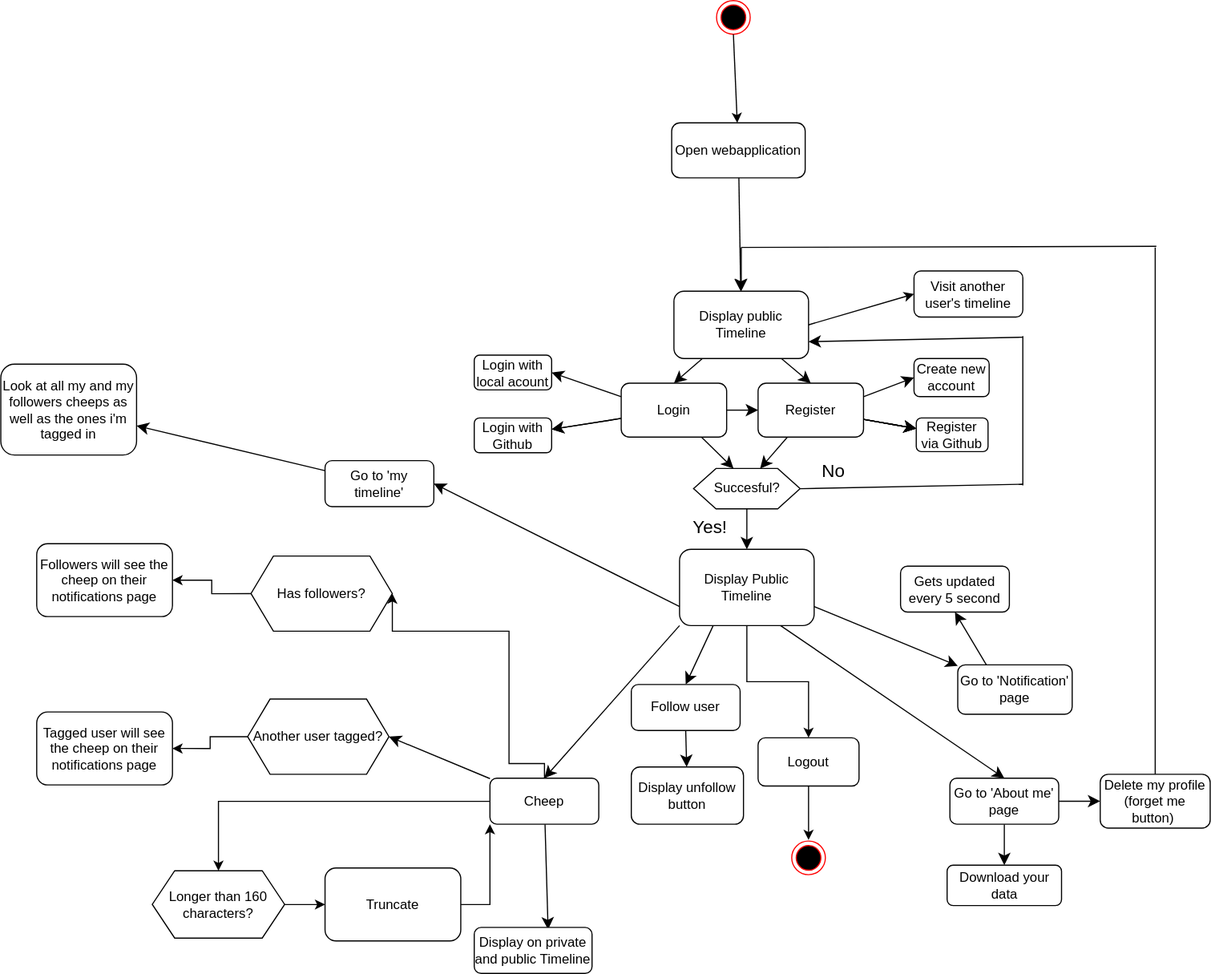
Above: docs/images/UserActivities_uml.drawio.svg in ITU-BDSA2024-GROUP26/Chirp (draw.io), before the change. Source tidied: cells renumbered, new cells last; positions are measured from the earlier drawing's top-left corner, leaving out a move shared by most shapes.
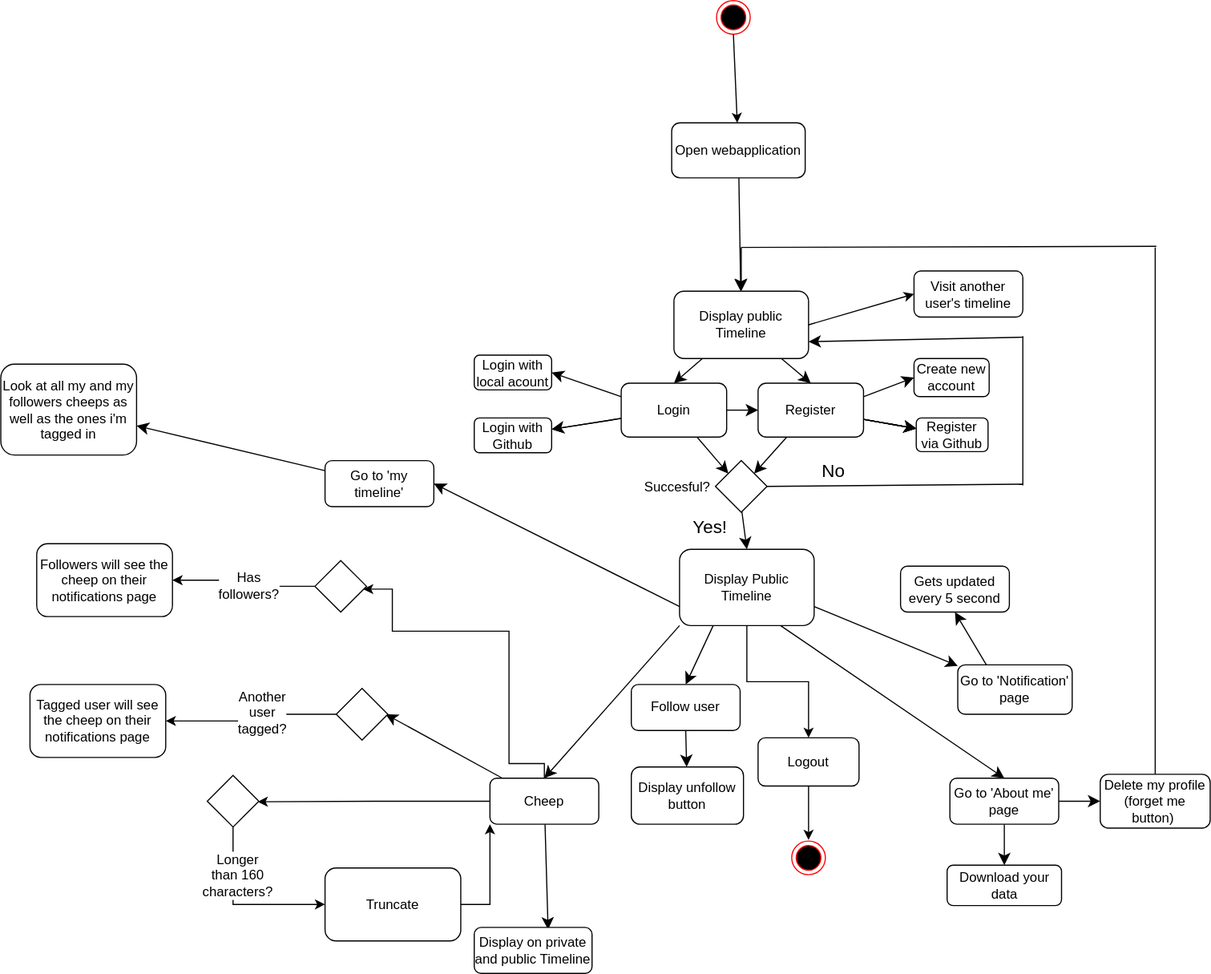
After the change.

Diff of the diagram source:
```diff
@@ -20,7 +20,7 @@
     <mxCell id="7" style="edgeStyle=none;curved=1;rounded=0;jettySize=auto;html=1;exitX=0;exitY=0.25;exitDx=0;exitDy=0;entryX=1;entryY=0.5;entryDx=0;entryDy=0;fontSize=12;startSize=8;endSize=8;labelBackgroundColor=none;fontColor=default;" parent="1" edge="1" source="10" target="34">
       <mxGeometry relative="1" as="geometry" />
     </mxCell>
-    <mxCell id="8" style="edgeStyle=none;curved=1;rounded=0;jettySize=auto;html=1;fontSize=12;startSize=8;endSize=8;entryX=0.375;entryY=0;entryDx=0;entryDy=0;labelBackgroundColor=none;fontColor=default;" parent="1" edge="1" source="10" target="12">
+    <mxCell id="8" style="edgeStyle=none;curved=1;rounded=0;jettySize=auto;html=1;fontSize=12;startSize=8;endSize=8;entryX=0;entryY=0;entryDx=0;entryDy=0;labelBackgroundColor=none;fontColor=default;" parent="1" edge="1" source="10" target="79">
       <mxGeometry relative="1" as="geometry" />
     </mxCell>
     <mxCell id="9" style="edgeStyle=none;curved=1;rounded=0;jettySize=auto;html=1;fontSize=12;startSize=8;endSize=8;entryX=0;entryY=0.5;entryDx=0;entryDy=0;labelBackgroundColor=none;fontColor=default;" parent="1" edge="1" source="10" target="33">
@@ -29,12 +29,11 @@
     <mxCell id="10" value="Login" style="rounded=1;whiteSpace=wrap;html=1;labelBackgroundColor=none;" parent="1" vertex="1">
       <mxGeometry x="553" y="341" width="94" height="48" as="geometry" />
     </mxCell>
-    <mxCell id="11" style="edgeStyle=none;curved=1;rounded=0;jettySize=auto;html=1;exitX=0.5;exitY=1;exitDx=0;exitDy=0;fontSize=12;startSize=8;endSize=8;entryX=0.5;entryY=0;entryDx=0;entryDy=0;labelBackgroundColor=none;fontColor=default;" parent="1" edge="1" source="12" target="15">
-      <mxGeometry relative="1" as="geometry" />
+    <mxCell id="11" style="edgeStyle=none;curved=1;rounded=0;jettySize=auto;html=1;exitX=0.5;exitY=1;exitDx=0;exitDy=0;fontSize=12;startSize=8;endSize=8;entryX=0.5;entryY=0;entryDx=0;entryDy=0;labelBackgroundColor=none;fontColor=default;" parent="1" edge="1" target="15">
+      <mxGeometry relative="1" as="geometry">
+        <mxPoint x="660" y="451" as="sourcePoint" />
+      </mxGeometry>
     </mxCell>
-    <mxCell id="12" value="Succesful?" style="shape=hexagon;perimeter=hexagonPerimeter2;whiteSpace=wrap;html=1;fixedSize=1;labelBackgroundColor=none;" parent="1" vertex="1">
-      <mxGeometry x="617.5" y="417" width="95" height="36" as="geometry" />
-    </mxCell>
     <mxCell id="13" style="edgeStyle=none;curved=1;rounded=0;jettySize=auto;html=1;fontSize=12;startSize=8;endSize=8;exitX=1;exitY=0.75;exitDx=0;exitDy=0;labelBackgroundColor=none;fontColor=default;" parent="1" edge="1" source="15" target="48">
       <mxGeometry relative="1" as="geometry" />
     </mxCell>
@@ -56,25 +55,31 @@
     <mxCell id="19" style="edgeStyle=none;curved=1;rounded=0;jettySize=auto;html=1;exitX=0;exitY=0.75;exitDx=0;exitDy=0;entryX=1;entryY=0.5;entryDx=0;entryDy=0;fontSize=12;startSize=8;endSize=8;labelBackgroundColor=none;fontColor=default;" parent="1" edge="1" source="15" target="58">
       <mxGeometry relative="1" as="geometry" />
     </mxCell>
-    <mxCell id="20" style="edgeStyle=none;curved=1;rounded=0;jettySize=auto;html=1;fontSize=12;startSize=8;endSize=8;entryX=1;entryY=0.5;entryDx=0;entryDy=0;labelBackgroundColor=none;fontColor=default;" parent="1" edge="1" source="24" target="69">
-      <mxGeometry relative="1" as="geometry" />
+    <mxCell id="20" style="edgeStyle=none;curved=1;rounded=0;jettySize=auto;html=1;fontSize=12;startSize=8;endSize=8;entryX=1;entryY=0.5;entryDx=0;entryDy=0;labelBackgroundColor=none;fontColor=default;" parent="1" edge="1" source="24">
+      <mxGeometry relative="1" as="geometry">
+        <mxPoint x="343" y="636" as="targetPoint" />
+      </mxGeometry>
     </mxCell>
     <mxCell id="21" style="edgeStyle=none;curved=1;rounded=0;jettySize=auto;html=1;fontSize=12;startSize=8;endSize=8;entryX=0.627;entryY=0.045;entryDx=0;entryDy=0;entryPerimeter=0;labelBackgroundColor=none;fontColor=default;" parent="1" edge="1" source="24" target="38">
       <mxGeometry relative="1" as="geometry" />
     </mxCell>
-    <mxCell id="22" style="edgeStyle=orthogonalEdgeStyle;rounded=0;jettySize=auto;html=1;entryX=0.5;entryY=0;entryDx=0;entryDy=0;labelBackgroundColor=none;fontColor=default;" parent="1" edge="1" source="24" target="66">
-      <mxGeometry relative="1" as="geometry" />
-    </mxCell>
-    <mxCell id="23" style="edgeStyle=orthogonalEdgeStyle;rounded=0;jettySize=auto;html=1;entryX=1;entryY=0.5;entryDx=0;entryDy=0;labelBackgroundColor=none;fontColor=default;" parent="1" edge="1" source="24" target="71">
+    <mxCell id="23" style="edgeStyle=orthogonalEdgeStyle;rounded=0;jettySize=auto;html=1;entryX=1;entryY=0.5;entryDx=0;entryDy=0;labelBackgroundColor=none;fontColor=default;" parent="1" edge="1" source="24">
       <mxGeometry relative="1" as="geometry">
+        <mxPoint x="323" y="524.5" as="targetPoint" />
         <Array as="points">
           <mxPoint x="485" y="680" />
           <mxPoint x="453" y="680" />
           <mxPoint x="453" y="562" />
           <mxPoint x="349" y="562" />
+          <mxPoint x="349" y="525" />
         </Array>
       </mxGeometry>
     </mxCell>
+    <mxCell id="78" style="edgeStyle=orthogonalEdgeStyle;rounded=0;jettySize=auto;html=1;exitX=0;exitY=0.5;exitDx=0;exitDy=0;entryX=1;entryY=0.5;entryDx=0;entryDy=0;" parent="1" edge="1" source="24">
+      <mxGeometry relative="1" as="geometry">
+        <mxPoint x="229" y="714" as="targetPoint" />
+      </mxGeometry>
+    </mxCell>
     <mxCell id="24" value="Cheep" style="rounded=1;whiteSpace=wrap;html=1;labelBackgroundColor=none;" parent="1" vertex="1">
       <mxGeometry x="436" y="693" width="97" height="41" as="geometry" />
     </mxCell>
@@ -99,7 +104,7 @@
     <mxCell id="31" style="edgeStyle=none;curved=1;rounded=0;jettySize=auto;html=1;exitX=1;exitY=0.25;exitDx=0;exitDy=0;entryX=0;entryY=0.5;entryDx=0;entryDy=0;fontSize=12;startSize=8;endSize=8;labelBackgroundColor=none;fontColor=default;" parent="1" edge="1" source="33" target="36">
       <mxGeometry relative="1" as="geometry" />
     </mxCell>
-    <mxCell id="32" style="edgeStyle=none;curved=1;rounded=0;jettySize=auto;html=1;fontSize=12;startSize=8;endSize=8;entryX=0.625;entryY=0;entryDx=0;entryDy=0;labelBackgroundColor=none;fontColor=default;" parent="1" edge="1" source="33" target="12">
+    <mxCell id="32" style="edgeStyle=none;curved=1;rounded=0;jettySize=auto;html=1;fontSize=12;startSize=8;endSize=8;entryX=1;entryY=0;entryDx=0;entryDy=0;labelBackgroundColor=none;fontColor=default;" parent="1" edge="1" source="33" target="79">
       <mxGeometry relative="1" as="geometry" />
     </mxCell>
     <mxCell id="33" value="Register" style="rounded=1;whiteSpace=wrap;html=1;labelBackgroundColor=none;" parent="1" vertex="1">
@@ -138,9 +143,12 @@
     <mxCell id="44" value="Delete my profile (forget me button)&amp;nbsp;" style="rounded=1;whiteSpace=wrap;html=1;labelBackgroundColor=none;" parent="1" vertex="1">
       <mxGeometry x="980" y="689.5" width="98" height="48" as="geometry" />
     </mxCell>
-    <mxCell id="45" style="edgeStyle=orthogonalEdgeStyle;rounded=0;jettySize=auto;html=1;entryX=1;entryY=0.5;entryDx=0;entryDy=0;exitX=0;exitY=0.5;exitDx=0;exitDy=0;labelBackgroundColor=none;fontColor=default;" parent="1" edge="1" source="69" target="64">
+    <mxCell id="45" style="edgeStyle=orthogonalEdgeStyle;rounded=0;jettySize=auto;html=1;entryX=1;entryY=0.5;entryDx=0;entryDy=0;exitX=0;exitY=0.5;exitDx=0;exitDy=0;labelBackgroundColor=none;fontColor=default;" parent="1" edge="1" source="81" target="64">
       <mxGeometry relative="1" as="geometry" />
     </mxCell>
+    <mxCell id="69" value="&lt;span style=&quot;font-size: 12px; text-wrap-mode: wrap;&quot;&gt;Another user tagged?&lt;/span&gt;" style="edgeLabel;html=1;align=center;verticalAlign=middle;points=[];" parent="45" vertex="1">
+      <mxGeometry x="-0.14" y="-2" relative="1" as="geometry" />
+    </mxCell>
     <mxCell id="46" value="Display unfollow button" style="rounded=1;whiteSpace=wrap;html=1;labelBackgroundColor=none;" parent="1" vertex="1">
       <mxGeometry x="562" y="683" width="100" height="51" as="geometry" />
     </mxCell>
@@ -153,7 +161,7 @@
     <mxCell id="49" value="Yes!" style="text;html=1;align=center;verticalAlign=middle;strokeColor=none;fillColor=none;fontSize=16;labelBackgroundColor=none;" parent="1" vertex="1">
       <mxGeometry x="607" y="453" width="49" height="31" as="geometry" />
     </mxCell>
-    <mxCell id="50" style="endArrow=none;html=1;rounded=0;fontSize=12;startSize=8;endSize=8;curved=1;exitX=1;exitY=0.5;exitDx=0;exitDy=0;labelBackgroundColor=none;fontColor=default;" parent="1" edge="1" source="12">
+    <mxCell id="50" style="endArrow=none;html=1;rounded=0;fontSize=12;startSize=8;endSize=8;curved=1;exitX=1;exitY=0.5;exitDx=0;exitDy=0;labelBackgroundColor=none;fontColor=default;" parent="1" edge="1" source="79">
       <mxGeometry relative="1" as="geometry">
         <mxPoint x="911" y="431" as="targetPoint" />
       </mxGeometry>
@@ -210,13 +218,13 @@
       <mxGeometry relative="1" as="geometry" />
     </mxCell>
     <mxCell id="64" value="Tagged user will see the cheep on their notifications page" style="rounded=1;whiteSpace=wrap;html=1;labelBackgroundColor=none;" parent="1" vertex="1">
-      <mxGeometry x="32" y="634" width="121" height="65" as="geometry" />
+      <mxGeometry x="26" y="609.5" width="121" height="65" as="geometry" />
     </mxCell>
-    <mxCell id="65" style="edgeStyle=orthogonalEdgeStyle;rounded=0;jettySize=auto;html=1;labelBackgroundColor=none;fontColor=default;" parent="1" edge="1" source="66" target="68">
+    <mxCell id="65" style="edgeStyle=orthogonalEdgeStyle;rounded=0;jettySize=auto;html=1;labelBackgroundColor=none;fontColor=default;exitX=0.5;exitY=1;exitDx=0;exitDy=0;entryX=0;entryY=0.5;entryDx=0;entryDy=0;" parent="1" edge="1" source="82" target="68">
       <mxGeometry relative="1" as="geometry" />
     </mxCell>
-    <mxCell id="66" value="Longer than 160 characters?" style="shape=hexagon;perimeter=hexagonPerimeter2;whiteSpace=wrap;html=1;fixedSize=1;labelBackgroundColor=none;" parent="1" vertex="1">
-      <mxGeometry x="135" y="775.5" width="118" height="60" as="geometry" />
+    <mxCell id="66" value="&lt;span style=&quot;font-size: 12px; text-wrap-mode: wrap;&quot;&gt;Longer than 160 characters?&lt;/span&gt;" style="edgeLabel;html=1;align=center;verticalAlign=middle;points=[];" parent="65" vertex="1">
+      <mxGeometry x="-0.45" y="3" relative="1" as="geometry" />
     </mxCell>
     <mxCell id="67" style="edgeStyle=orthogonalEdgeStyle;rounded=0;jettySize=auto;html=1;entryX=0;entryY=1;entryDx=0;entryDy=0;labelBackgroundColor=none;fontColor=default;" parent="1" edge="1" source="68" target="24">
       <mxGeometry relative="1" as="geometry" />
@@ -224,14 +232,13 @@
     <mxCell id="68" value="Truncate" style="rounded=1;whiteSpace=wrap;html=1;labelBackgroundColor=none;" parent="1" vertex="1">
       <mxGeometry x="289" y="773" width="121" height="65" as="geometry" />
     </mxCell>
-    <mxCell id="69" value="Another user tagged?" style="shape=hexagon;perimeter=hexagonPerimeter2;whiteSpace=wrap;html=1;fixedSize=1;labelBackgroundColor=none;" parent="1" vertex="1">
-      <mxGeometry x="220" y="622.5" width="126" height="67" as="geometry" />
-    </mxCell>
-    <mxCell id="70" style="edgeStyle=orthogonalEdgeStyle;rounded=0;jettySize=auto;html=1;entryX=1;entryY=0.5;entryDx=0;entryDy=0;exitX=0;exitY=0.5;exitDx=0;exitDy=0;labelBackgroundColor=none;fontColor=default;" parent="1" edge="1" source="71" target="72">
+    <mxCell id="70" style="edgeStyle=orthogonalEdgeStyle;rounded=0;jettySize=auto;html=1;entryX=1;entryY=0.5;entryDx=0;entryDy=0;exitX=0;exitY=0.5;exitDx=0;exitDy=0;labelBackgroundColor=none;fontColor=default;" parent="1" edge="1" source="80" target="72">
       <mxGeometry relative="1" as="geometry" />
     </mxCell>
-    <mxCell id="71" value="Has followers?" style="shape=hexagon;perimeter=hexagonPerimeter2;whiteSpace=wrap;html=1;fixedSize=1;labelBackgroundColor=none;" parent="1" vertex="1">
-      <mxGeometry x="223" y="495" width="126" height="67" as="geometry" />
+    <mxCell id="71" value="&lt;span style=&quot;font-size: 12px; text-wrap-mode: wrap;&quot;&gt;Has followers?&lt;/span&gt;" style="edgeLabel;html=1;align=center;verticalAlign=middle;points=[];" parent="70" vertex="1">
+      <mxGeometry x="0.26" y="4" relative="1" as="geometry">
+        <mxPoint x="17" as="offset" />
+      </mxGeometry>
     </mxCell>
     <mxCell id="72" value="Followers will see the cheep on their notifications page" style="rounded=1;whiteSpace=wrap;html=1;labelBackgroundColor=none;" parent="1" vertex="1">
       <mxGeometry x="32" y="484" width="121" height="65" as="geometry" />
@@ -253,5 +260,20 @@
     <mxCell id="77" style="endArrow=classic;html=1;rounded=0;exitX=0.5;exitY=1;exitDx=0;exitDy=0;" parent="1" edge="1" source="76" target="60">
       <mxGeometry relative="1" as="geometry" />
     </mxCell>
+    <mxCell id="79" style="rhombus;whiteSpace=wrap;html=1;" parent="1" vertex="1">
+      <mxGeometry x="637" y="410" width="46" height="46" as="geometry" />
+    </mxCell>
+    <mxCell id="12" value="&lt;span style=&quot;color: rgb(0, 0, 0); font-family: Helvetica; font-size: 12px; font-style: normal; font-variant-ligatures: normal; font-variant-caps: normal; font-weight: 400; letter-spacing: normal; orphans: 2; text-align: center; text-indent: 0px; text-transform: none; widows: 2; word-spacing: 0px; -webkit-text-stroke-width: 0px; white-space: normal; background-color: rgb(255, 255, 255); text-decoration-thickness: initial; text-decoration-style: initial; text-decoration-color: initial; display: inline !important; float: none;&quot;&gt;Succesful?&lt;/span&gt;" style="text;whiteSpace=wrap;html=1;" parent="1" vertex="1">
+      <mxGeometry x="572" y="420" width="87" height="36" as="geometry" />
+    </mxCell>
+    <mxCell id="80" style="rhombus;whiteSpace=wrap;html=1;" parent="1" vertex="1">
+      <mxGeometry x="280" y="499" width="46" height="46" as="geometry" />
+    </mxCell>
+    <mxCell id="81" style="rhombus;whiteSpace=wrap;html=1;" parent="1" vertex="1">
+      <mxGeometry x="299" y="613" width="46" height="46" as="geometry" />
+    </mxCell>
+    <mxCell id="82" style="rhombus;whiteSpace=wrap;html=1;" parent="1" vertex="1">
+      <mxGeometry x="184" y="690.5" width="46" height="46" as="geometry" />
+    </mxCell>
   </root>
 </mxGraphModel>
```
